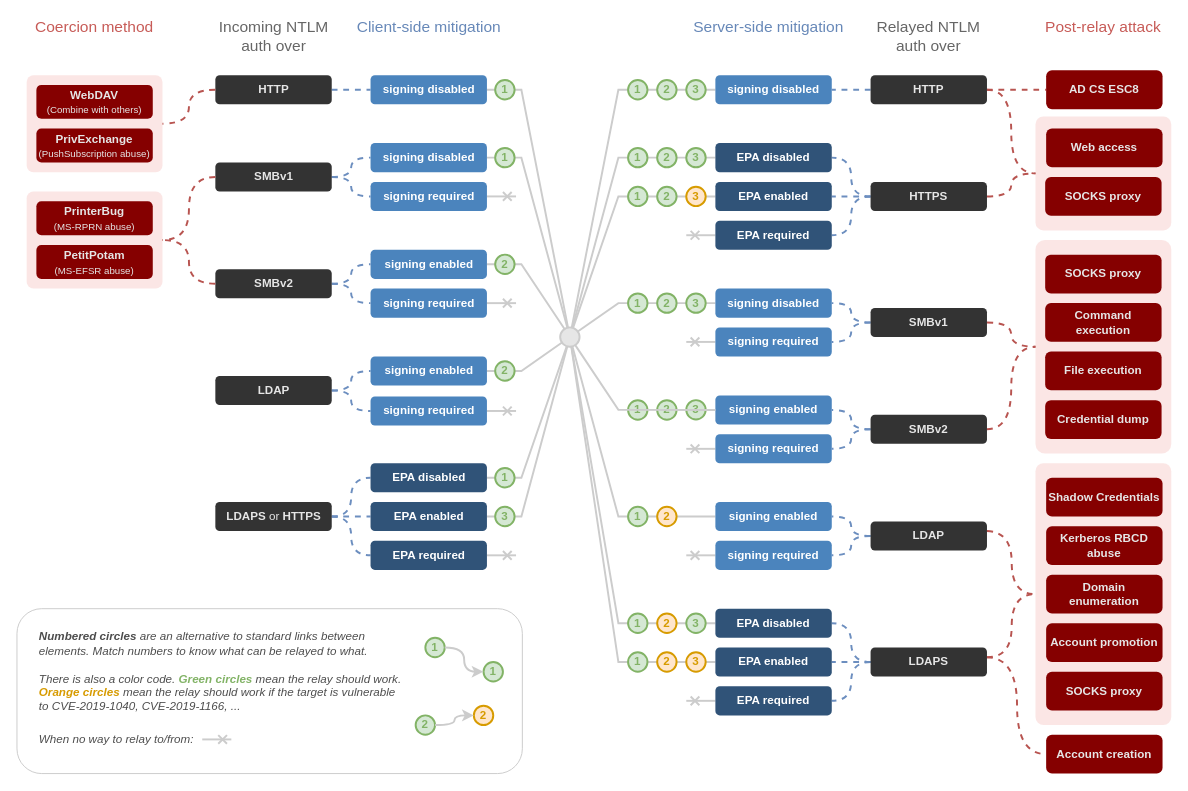
Before: .assets/ntlm_relay.drawio in The-Hacker-Recipes/The-Hacker-Recipes, a draw.io diagram. Source tidied: cells renumbered, new cells numbered last; positions are measured from the earlier drawing's top-left corner, leaving out a move shared by most shapes. Both pictures are drawn from the tidied source at 97%, with x=0, y=0 at pixel (16, 16).
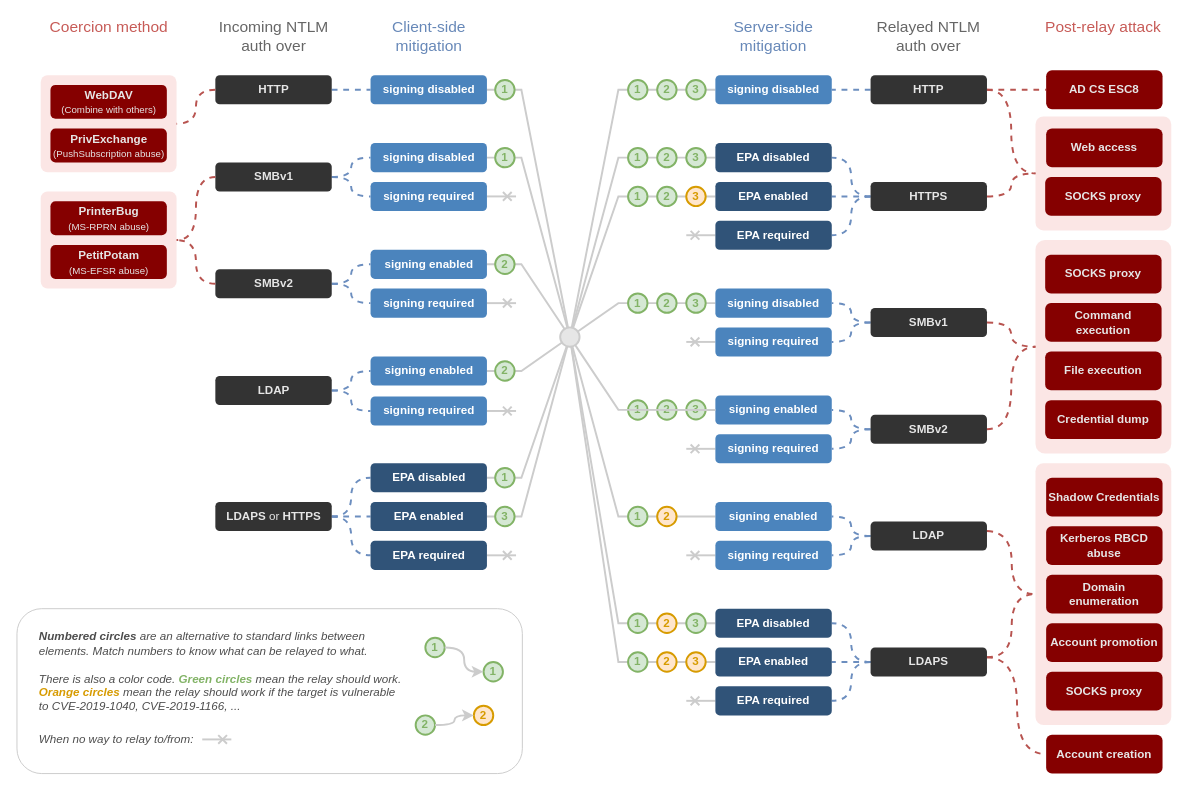
After the change.

Change to the diagram source:
```diff
@@
     <mxCell id="3" style="rounded=1;whiteSpace=wrap;html=1;fillColor=#f8cecc;fontStyle=1;opacity=50;strokeColor=none;arcSize=7;" parent="1" vertex="1">
-      <mxGeometry x="10" y="180" width="140" height="100" as="geometry" />
+      <mxGeometry x="24.5" y="180" width="140" height="100" as="geometry" />
     </mxCell>
     <mxCell id="4" style="rounded=1;whiteSpace=wrap;html=1;fillColor=#f8cecc;fontStyle=1;opacity=50;strokeColor=none;arcSize=7;" parent="1" vertex="1">
-      <mxGeometry x="10" y="60" width="140" height="100" as="geometry" />
+      <mxGeometry x="24.5" y="60" width="140" height="100" as="geometry" />
     </mxCell>
@@
     <mxCell id="130" value="WebDAV&lt;br&gt;&lt;span style=&quot;font-weight: normal&quot;&gt;&lt;font style=&quot;font-size: 10px&quot;&gt;(Combine with others)&lt;/font&gt;&lt;/span&gt;" style="rounded=1;whiteSpace=wrap;html=1;fontColor=#E6E6E6;fillColor=#850000;strokeColor=none;fontStyle=1;" parent="1" vertex="1">
-      <mxGeometry x="20" y="70" width="120" height="35" as="geometry" />
+      <mxGeometry x="34.5" y="70" width="120" height="35" as="geometry" />
     </mxCell>
     <mxCell id="131" value="PrinterBug&lt;br&gt;&lt;font style=&quot;font-size: 10px ; font-weight: normal&quot;&gt;(MS-RPRN abuse)&lt;/font&gt;" style="rounded=1;whiteSpace=wrap;html=1;fontColor=#E6E6E6;fillColor=#850000;strokeColor=none;fontStyle=1;" parent="1" vertex="1">
-      <mxGeometry x="20" y="190" width="120" height="35" as="geometry" />
+      <mxGeometry x="34.5" y="190" width="120" height="35" as="geometry" />
     </mxCell>
     <mxCell id="132" value="PetitPotam&lt;br&gt;&lt;font style=&quot;font-size: 10px ; font-weight: normal&quot;&gt;(MS-EFSR abuse)&lt;/font&gt;" style="rounded=1;whiteSpace=wrap;html=1;fontColor=#E6E6E6;fillColor=#850000;strokeColor=none;fontStyle=1;" parent="1" vertex="1">
-      <mxGeometry x="20" y="235" width="120" height="35" as="geometry" />
+      <mxGeometry x="34.5" y="235" width="120" height="35" as="geometry" />
     </mxCell>
     <mxCell id="133" value="PrivExchange&lt;br&gt;&lt;span style=&quot;font-weight: normal&quot;&gt;&lt;font style=&quot;font-size: 10px&quot;&gt;(PushSubscription abuse)&lt;/font&gt;&lt;/span&gt;" style="rounded=1;whiteSpace=wrap;html=1;fontColor=#E6E6E6;fillColor=#850000;strokeColor=none;fontStyle=1;" parent="1" vertex="1">
-      <mxGeometry x="20" y="115" width="120" height="35" as="geometry" />
+      <mxGeometry x="34.5" y="115" width="120" height="35" as="geometry" />
     </mxCell>
@@
     <mxCell id="137" value="&lt;font&gt;Coercion method&lt;/font&gt;" style="text;html=1;strokeColor=none;fillColor=none;align=center;verticalAlign=middle;whiteSpace=wrap;rounded=0;fontSize=16;fontColor=#C75B57;" parent="1" vertex="1">
-      <mxGeometry x="10" width="140" height="20" as="geometry" />
+      <mxGeometry x="24.5" width="140" height="20" as="geometry" />
     </mxCell>
@@
-    <mxCell id="139" value="Client-side mitigation" style="text;html=1;strokeColor=none;fillColor=none;align=center;verticalAlign=middle;whiteSpace=wrap;rounded=0;fontSize=16;fontColor=#6788B8;" parent="1" vertex="1">
-      <mxGeometry x="344.5" width="160" height="20" as="geometry" />
+    <mxCell id="139" value="Client-side&lt;br&gt;mitigation" style="text;html=1;strokeColor=none;fillColor=none;align=center;verticalAlign=middle;whiteSpace=wrap;rounded=0;fontSize=16;fontColor=#6788B8;" parent="1" vertex="1">
+      <mxGeometry x="344.5" y="5" width="160" height="30" as="geometry" />
     </mxCell>
@@
-    <mxCell id="142" value="Server-side mitigation" style="text;html=1;strokeColor=none;fillColor=none;align=center;verticalAlign=middle;whiteSpace=wrap;rounded=0;fontSize=16;fontColor=#6788B8;" parent="1" vertex="1">
-      <mxGeometry x="690" width="170" height="20" as="geometry" />
+    <mxCell id="142" value="Server-side&lt;br&gt;mitigation" style="text;html=1;strokeColor=none;fillColor=none;align=center;verticalAlign=middle;whiteSpace=wrap;rounded=0;fontSize=16;fontColor=#6788B8;" parent="1" vertex="1">
+      <mxGeometry x="695" y="5" width="170" height="30" as="geometry" />
     </mxCell>
```
